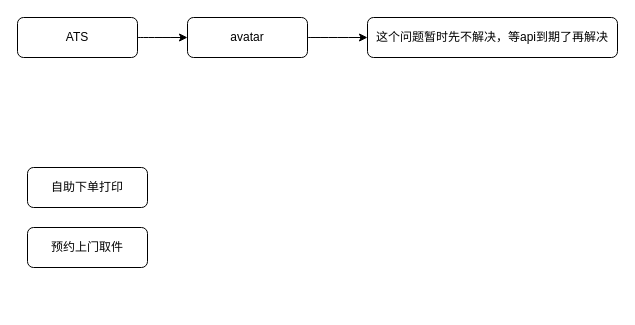
xyfll7/draw.io keeps this draw.io diagram as ATS.drawio. Above is the earlier version. Source tidied: cells renumbered, new cells numbered last; positions are measured from the earlier drawing's top-left corner, leaving out a move shared by most shapes. Both pictures are drawn from the tidied source at 100%, with x=0, y=0 at pixel (17, 17).
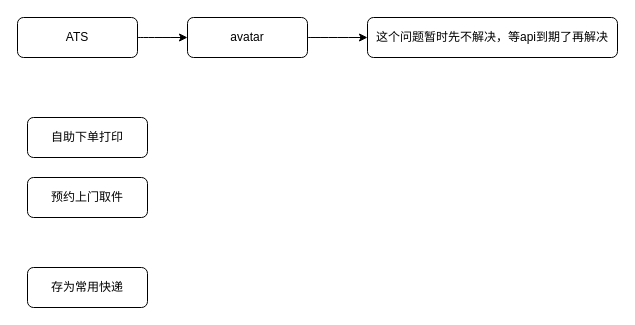
After the change.

Change to the diagram source:
```diff
@@
 <mxGraphModel>
   <root>
     <mxCell id="0" />
     <mxCell id="1" parent="0" />
     <mxCell id="2" style="edgeStyle=orthogonalEdgeStyle;rounded=0;jettySize=auto;html=1;exitX=1;exitY=0.5;exitDx=0;exitDy=0;entryX=0;entryY=0.5;entryDx=0;entryDy=0;elbow=vertical;curved=1;" parent="1" edge="1" source="3" target="5">
       <mxGeometry relative="1" as="geometry" />
     </mxCell>
     <mxCell id="3" value="ATS" style="rounded=1;whiteSpace=wrap;html=1;" parent="1" vertex="1">
       <mxGeometry width="120" height="40" as="geometry" />
     </mxCell>
     <mxCell id="4" style="edgeStyle=orthogonalEdgeStyle;rounded=0;jettySize=auto;html=1;exitX=1;exitY=0.5;exitDx=0;exitDy=0;entryX=0;entryY=0.5;entryDx=0;entryDy=0;curved=1;" parent="1" edge="1" source="5" target="6">
       <mxGeometry relative="1" as="geometry" />
     </mxCell>
     <mxCell id="5" value="avatar" style="rounded=1;whiteSpace=wrap;html=1;" parent="1" vertex="1">
       <mxGeometry x="170" width="120" height="40" as="geometry" />
     </mxCell>
     <mxCell id="6" value="这个问题暂时先不解决，等api到期了再解决" style="rounded=1;whiteSpace=wrap;html=1;" parent="1" vertex="1">
       <mxGeometry x="350" width="250" height="40" as="geometry" />
     </mxCell>
     <mxCell id="7" value="自助下单打印" style="rounded=1;whiteSpace=wrap;html=1;" parent="1" vertex="1">
-      <mxGeometry x="10" y="150" width="120" height="40" as="geometry" />
+      <mxGeometry x="10" y="100" width="120" height="40" as="geometry" />
     </mxCell>
     <mxCell id="8" value="预约上门取件" style="rounded=1;whiteSpace=wrap;html=1;" parent="1" vertex="1">
-      <mxGeometry x="10" y="210" width="120" height="40" as="geometry" />
+      <mxGeometry x="10" y="160" width="120" height="40" as="geometry" />
     </mxCell>
+    <mxCell id="9" value="存为常用快递" style="rounded=1;whiteSpace=wrap;html=1;" parent="1" vertex="1">
+      <mxGeometry x="10" y="250" width="120" height="40" as="geometry" />
+    </mxCell>
   </root>
 </mxGraphModel>
```
